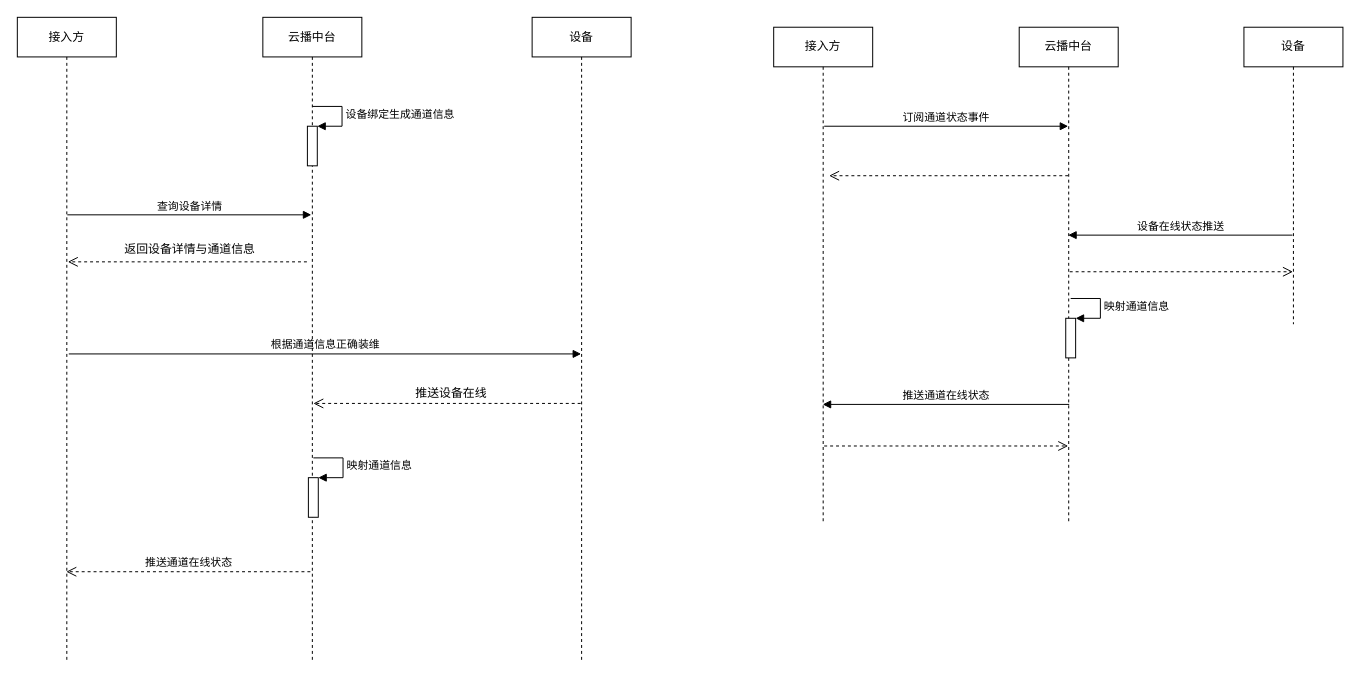
The draw.io diagram page "第 1 页" (1 of 4) of 未命名绘图5555.drawio in HughRudolf/Drawio, before the edit. Source tidied: cells renumbered, new cells numbered last; positions are measured from the earlier drawing's top-left corner, leaving out a move shared by most shapes. Both pictures are drawn from the tidied source at 99%, with x=0, y=0 at pixel (17, 17).
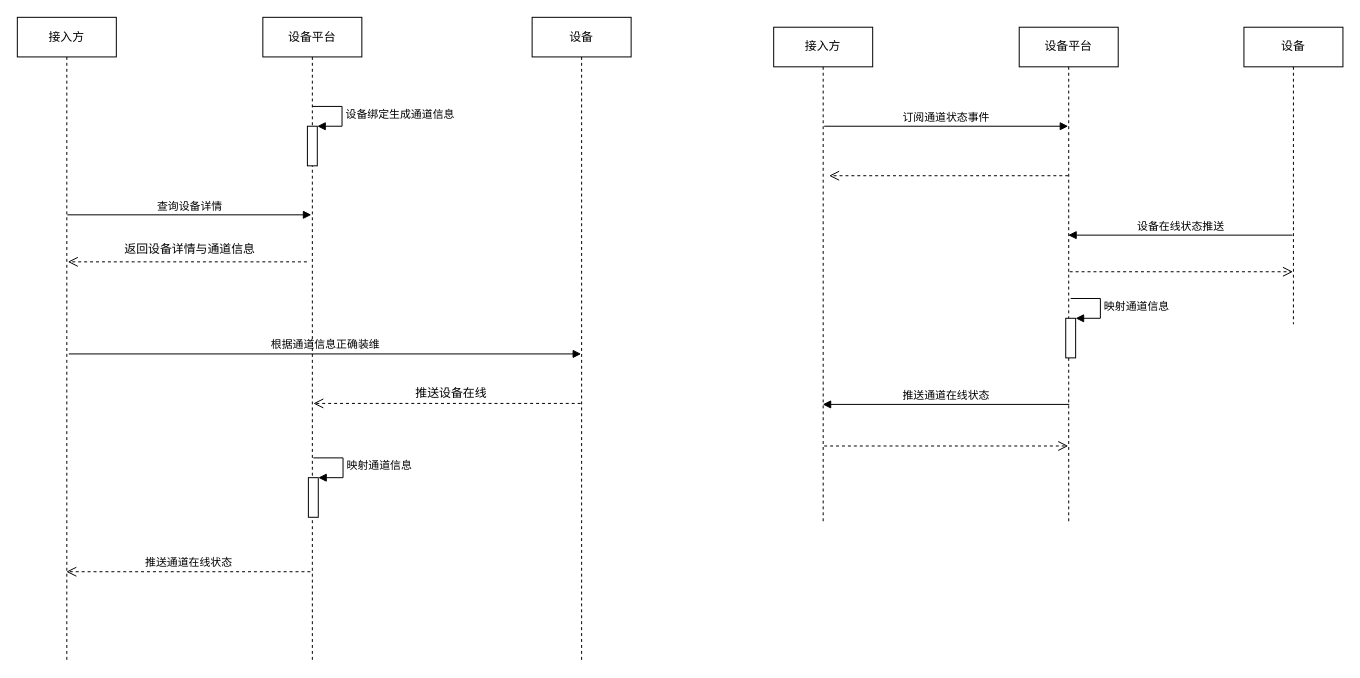
After the change.

The edit, as a diff of the source:
```diff
@@
-    <mxCell id="5" value="云播中台" style="shape=umlLifeline;perimeter=lifelinePerimeter;whiteSpace=wrap;html=1;outlineConnect=0;" parent="1" vertex="1">
+    <mxCell id="5" value="设备平台" style="shape=umlLifeline;perimeter=lifelinePerimeter;whiteSpace=wrap;html=1;outlineConnect=0;" parent="1" vertex="1">
       <mxGeometry x="1012" y="10" width="100" height="500" as="geometry" />
     </mxCell>
@@
-    <mxCell id="15" value="云播中台" style="shape=umlLifeline;perimeter=lifelinePerimeter;whiteSpace=wrap;html=1;" parent="1" vertex="1">
+    <mxCell id="15" value="设备平台" style="shape=umlLifeline;perimeter=lifelinePerimeter;whiteSpace=wrap;html=1;" parent="1" vertex="1">
       <mxGeometry x="248" width="100" height="650" as="geometry" />
     </mxCell>
```
